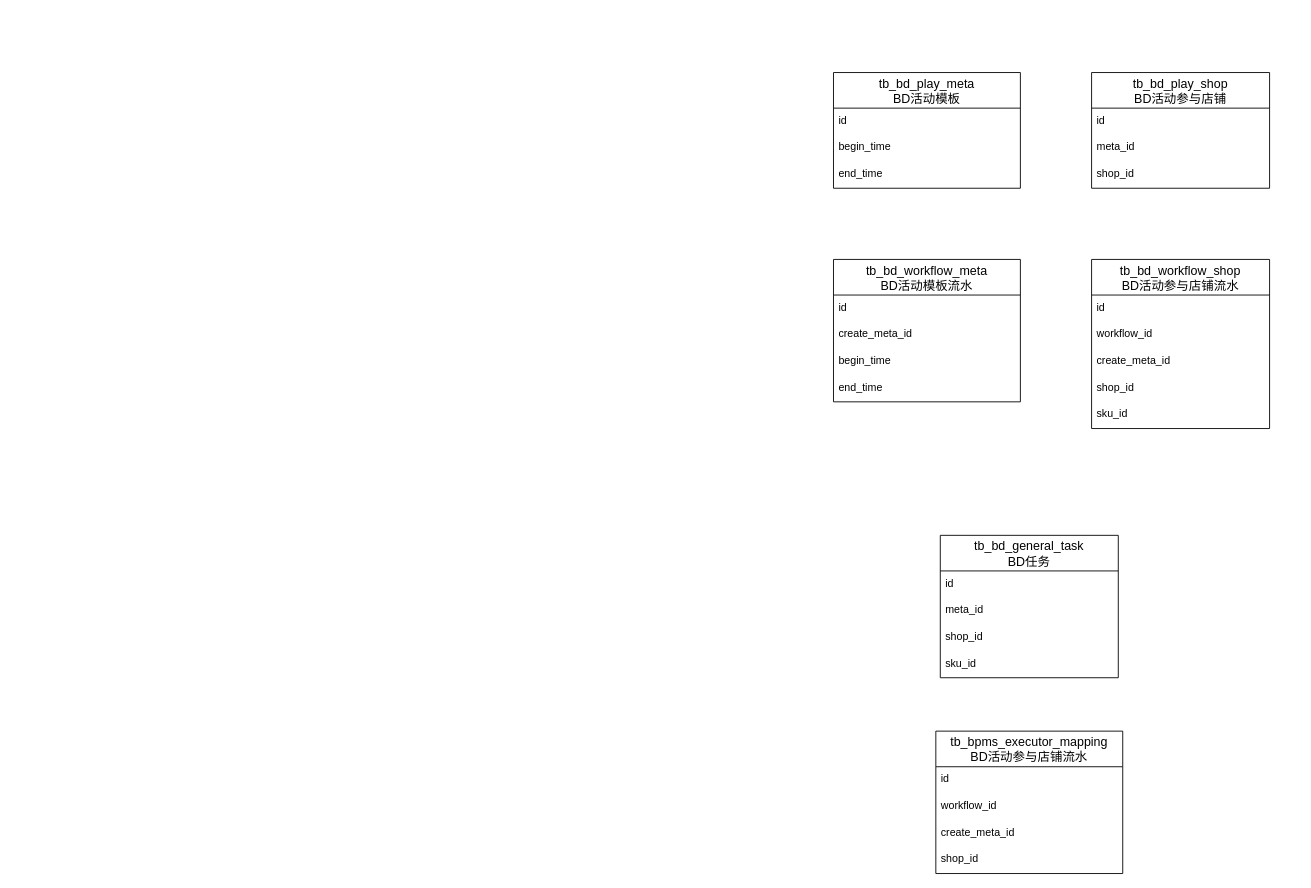
This is page "BD审批ER图" (3 of 4) of 阶梯爆红包架构方案.drawio from jon-kong/draw.io, a draw.io file, before an edit. Source tidied: cells renumbered, new cells numbered last; positions are measured from the earlier drawing's top-left corner, leaving out a move shared by most shapes. Both pictures are drawn from the tidied source at 89%, with x=0, y=0 at pixel (833, 72).
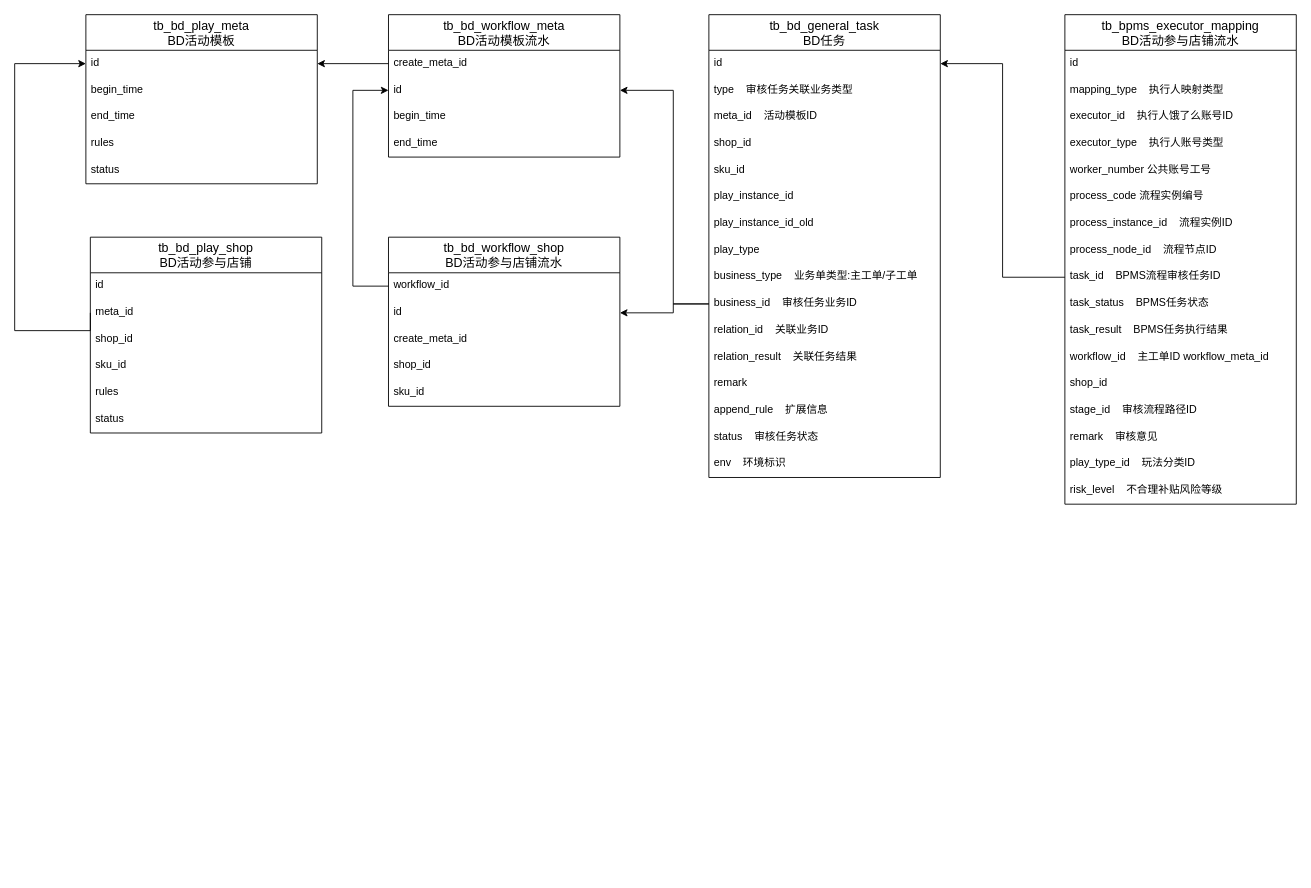
Above is the later version.

What changed in the source:
```diff
@@
     <mxCell id="2" value="tb_bd_play_meta&#10;BD活动模板" style="swimlane;fontStyle=0;horizontal=1;startSize=40;align=center;fontSize=14;rounded=0;" parent="1" vertex="1">
-      <mxGeometry width="210" height="130" as="geometry" />
+      <mxGeometry x="-840" y="-65" width="260" height="190" as="geometry" />
     </mxCell>
     <mxCell id="3" value="id" style="text;strokeColor=none;fillColor=none;spacingLeft=4;spacingRight=4;overflow=hidden;points=[[0,0.5],[1,0.5]];portConstraint=eastwest;fontSize=12;rounded=0;" parent="2" vertex="1">
-      <mxGeometry y="40" width="210" height="30" as="geometry" />
+      <mxGeometry y="40" width="260" height="30" as="geometry" />
     </mxCell>
     <mxCell id="4" value="begin_time" style="text;strokeColor=none;fillColor=none;spacingLeft=4;spacingRight=4;overflow=hidden;fontSize=12;rounded=0;" parent="2" vertex="1">
-      <mxGeometry y="70" width="210" height="30" as="geometry" />
+      <mxGeometry y="70" width="260" height="30" as="geometry" />
     </mxCell>
     <mxCell id="5" value="end_time" style="text;strokeColor=none;fillColor=none;spacingLeft=4;spacingRight=4;overflow=hidden;fontSize=12;rounded=0;" parent="2" vertex="1">
-      <mxGeometry y="100" width="210" height="30" as="geometry" />
+      <mxGeometry y="100" width="260" height="30" as="geometry" />
     </mxCell>
+    <mxCell id="31" value="rules" style="text;strokeColor=none;fillColor=none;spacingLeft=4;spacingRight=4;overflow=hidden;fontSize=12;rounded=0;" parent="2" vertex="1">
+      <mxGeometry y="130" width="260" height="30" as="geometry" />
+    </mxCell>
+    <mxCell id="32" value="status" style="text;strokeColor=none;fillColor=none;spacingLeft=4;spacingRight=4;overflow=hidden;fontSize=12;rounded=0;" parent="2" vertex="1">
+      <mxGeometry y="160" width="260" height="30" as="geometry" />
+    </mxCell>
     <mxCell id="6" value="tb_bd_play_shop&#10;BD活动参与店铺" style="swimlane;fontStyle=0;horizontal=1;startSize=40;align=center;fontSize=14;rounded=0;" parent="1" vertex="1">
-      <mxGeometry x="290" width="200" height="130" as="geometry" />
+      <mxGeometry x="-835" y="185" width="260" height="220" as="geometry" />
     </mxCell>
     <mxCell id="7" value="id" style="text;strokeColor=none;fillColor=none;spacingLeft=4;spacingRight=4;overflow=hidden;fontSize=12;rounded=0;" parent="6" vertex="1">
-      <mxGeometry y="40" width="200" height="30" as="geometry" />
+      <mxGeometry y="40" width="260" height="30" as="geometry" />
     </mxCell>
     <mxCell id="8" value="meta_id" style="text;strokeColor=none;fillColor=none;spacingLeft=4;spacingRight=4;overflow=hidden;points=[[0,0.5],[1,0.5]];portConstraint=eastwest;fontSize=12;rounded=0;" parent="6" vertex="1">
-      <mxGeometry y="70" width="200" height="30" as="geometry" />
+      <mxGeometry y="70" width="260" height="30" as="geometry" />
     </mxCell>
     <mxCell id="9" value="shop_id" style="text;strokeColor=none;fillColor=none;spacingLeft=4;spacingRight=4;overflow=hidden;fontSize=12;rounded=0;" parent="6" vertex="1">
-      <mxGeometry y="100" width="200" height="30" as="geometry" />
+      <mxGeometry y="100" width="260" height="30" as="geometry" />
     </mxCell>
+    <mxCell id="33" value="sku_id" style="text;strokeColor=none;fillColor=none;spacingLeft=4;spacingRight=4;overflow=hidden;fontSize=12;rounded=0;" parent="6" vertex="1">
+      <mxGeometry y="130" width="260" height="30" as="geometry" />
+    </mxCell>
+    <mxCell id="34" value="rules" style="text;strokeColor=none;fillColor=none;spacingLeft=4;spacingRight=4;overflow=hidden;fontSize=12;rounded=0;" parent="6" vertex="1">
+      <mxGeometry y="160" width="260" height="30" as="geometry" />
+    </mxCell>
+    <mxCell id="35" value="status" style="text;strokeColor=none;fillColor=none;spacingLeft=4;spacingRight=4;overflow=hidden;fontSize=12;rounded=0;" parent="6" vertex="1">
+      <mxGeometry y="190" width="260" height="30" as="geometry" />
+    </mxCell>
     <mxCell id="10" value="tb_bd_workflow_shop&#10;BD活动参与店铺流水" style="swimlane;fontStyle=0;horizontal=1;startSize=40;align=center;fontSize=14;rounded=0;" parent="1" vertex="1">
-      <mxGeometry x="290" y="210" width="200" height="190" as="geometry" />
+      <mxGeometry x="-500" y="185" width="260" height="190" as="geometry" />
     </mxCell>
+    <mxCell id="12" value="workflow_id" style="text;strokeColor=none;fillColor=none;spacingLeft=4;spacingRight=4;overflow=hidden;points=[[0,0.5],[1,0.5]];portConstraint=eastwest;fontSize=12;rounded=0;" parent="10" vertex="1">
+      <mxGeometry y="40" width="260" height="30" as="geometry" />
+    </mxCell>
     <mxCell id="11" value="id" style="text;strokeColor=none;fillColor=none;spacingLeft=4;spacingRight=4;overflow=hidden;points=[[0,0.5],[1,0.5]];portConstraint=eastwest;fontSize=12;rounded=0;" parent="10" vertex="1">
-      <mxGeometry y="40" width="200" height="30" as="geometry" />
+      <mxGeometry y="70" width="260" height="30" as="geometry" />
     </mxCell>
-    <mxCell id="12" value="workflow_id" style="text;strokeColor=none;fillColor=none;spacingLeft=4;spacingRight=4;overflow=hidden;points=[[0,0.5],[1,0.5]];portConstraint=eastwest;fontSize=12;rounded=0;" parent="10" vertex="1">
-      <mxGeometry y="70" width="200" height="30" as="geometry" />
-    </mxCell>
     <mxCell id="13" value="create_meta_id" style="text;strokeColor=none;fillColor=none;spacingLeft=4;spacingRight=4;overflow=hidden;fontSize=12;rounded=0;" parent="10" vertex="1">
-      <mxGeometry y="100" width="200" height="30" as="geometry" />
+      <mxGeometry y="100" width="260" height="30" as="geometry" />
     </mxCell>
     <mxCell id="14" value="shop_id" style="text;strokeColor=none;fillColor=none;spacingLeft=4;spacingRight=4;overflow=hidden;fontSize=12;rounded=0;" parent="10" vertex="1">
-      <mxGeometry y="130" width="200" height="30" as="geometry" />
+      <mxGeometry y="130" width="260" height="30" as="geometry" />
     </mxCell>
     <mxCell id="15" value="sku_id" style="text;strokeColor=none;fillColor=none;spacingLeft=4;spacingRight=4;overflow=hidden;fontSize=12;rounded=0;" parent="10" vertex="1">
-      <mxGeometry y="160" width="200" height="30" as="geometry" />
+      <mxGeometry y="160" width="260" height="30" as="geometry" />
     </mxCell>
     <mxCell id="16" value="tb_bd_workflow_meta&#10;BD活动模板流水" style="swimlane;fontStyle=0;horizontal=1;startSize=40;align=center;fontSize=14;rounded=0;" parent="1" vertex="1">
-      <mxGeometry y="210" width="210" height="160" as="geometry" />
+      <mxGeometry x="-500" y="-65" width="260" height="160" as="geometry" />
     </mxCell>
+    <mxCell id="18" value="create_meta_id" style="text;strokeColor=none;fillColor=none;spacingLeft=4;spacingRight=4;overflow=hidden;points=[[0,0.5],[1,0.5]];portConstraint=eastwest;fontSize=12;rounded=0;" parent="16" vertex="1">
+      <mxGeometry y="40" width="260" height="30" as="geometry" />
+    </mxCell>
     <mxCell id="17" value="id" style="text;strokeColor=none;fillColor=none;spacingLeft=4;spacingRight=4;overflow=hidden;points=[[0,0.5],[1,0.5]];portConstraint=eastwest;fontSize=12;rounded=0;" parent="16" vertex="1">
-      <mxGeometry y="40" width="210" height="30" as="geometry" />
+      <mxGeometry y="70" width="260" height="30" as="geometry" />
     </mxCell>
-    <mxCell id="18" value="create_meta_id" style="text;strokeColor=none;fillColor=none;spacingLeft=4;spacingRight=4;overflow=hidden;points=[[0,0.5],[1,0.5]];portConstraint=eastwest;fontSize=12;rounded=0;" parent="16" vertex="1">
-      <mxGeometry y="70" width="210" height="30" as="geometry" />
-    </mxCell>
     <mxCell id="19" value="begin_time" style="text;strokeColor=none;fillColor=none;spacingLeft=4;spacingRight=4;overflow=hidden;fontSize=12;rounded=0;" parent="16" vertex="1">
-      <mxGeometry y="100" width="210" height="30" as="geometry" />
+      <mxGeometry y="100" width="260" height="30" as="geometry" />
     </mxCell>
     <mxCell id="20" value="end_time" style="text;strokeColor=none;fillColor=none;spacingLeft=4;spacingRight=4;overflow=hidden;fontSize=12;rounded=0;" parent="16" vertex="1">
-      <mxGeometry y="130" width="210" height="30" as="geometry" />
+      <mxGeometry y="130" width="260" height="30" as="geometry" />
     </mxCell>
     <mxCell id="21" value="tb_bpms_executor_mapping&#10;BD活动参与店铺流水" style="swimlane;fontStyle=0;horizontal=1;startSize=40;align=center;fontSize=14;rounded=0;" parent="1" vertex="1">
-      <mxGeometry x="115" y="740" width="210" height="160" as="geometry" />
+      <mxGeometry x="260" y="-65" width="260" height="550" as="geometry" />
     </mxCell>
     <mxCell id="22" value="id" style="text;strokeColor=none;fillColor=none;spacingLeft=4;spacingRight=4;overflow=hidden;fontSize=12;rounded=0;" parent="21" vertex="1">
-      <mxGeometry y="40" width="210" height="30" as="geometry" />
+      <mxGeometry y="40" width="260" height="30" as="geometry" />
     </mxCell>
-    <mxCell id="23" value="workflow_id" style="text;strokeColor=none;fillColor=none;spacingLeft=4;spacingRight=4;overflow=hidden;fontSize=12;rounded=0;" parent="21" vertex="1">
-      <mxGeometry y="70" width="210" height="30" as="geometry" />
+    <mxCell id="23" value="mapping_type    执行人映射类型" style="text;strokeColor=none;fillColor=none;spacingLeft=4;spacingRight=4;overflow=hidden;fontSize=12;rounded=0;" parent="21" vertex="1">
+      <mxGeometry y="70" width="260" height="30" as="geometry" />
     </mxCell>
-    <mxCell id="24" value="create_meta_id" style="text;strokeColor=none;fillColor=none;spacingLeft=4;spacingRight=4;overflow=hidden;fontSize=12;rounded=0;" parent="21" vertex="1">
-      <mxGeometry y="100" width="210" height="30" as="geometry" />
+    <mxCell id="24" value="executor_id    执行人饿了么账号ID" style="text;strokeColor=none;fillColor=none;spacingLeft=4;spacingRight=4;overflow=hidden;fontSize=12;rounded=0;" parent="21" vertex="1">
+      <mxGeometry y="100" width="260" height="30" as="geometry" />
     </mxCell>
-    <mxCell id="25" value="shop_id" style="text;strokeColor=none;fillColor=none;spacingLeft=4;spacingRight=4;overflow=hidden;fontSize=12;rounded=0;" parent="21" vertex="1">
-      <mxGeometry y="130" width="210" height="30" as="geometry" />
+    <mxCell id="25" value="executor_type    执行人账号类型" style="text;strokeColor=none;fillColor=none;spacingLeft=4;spacingRight=4;overflow=hidden;fontSize=12;rounded=0;" parent="21" vertex="1">
+      <mxGeometry y="130" width="260" height="30" as="geometry" />
     </mxCell>
+    <mxCell id="36" value="worker_number 公共账号工号" style="text;strokeColor=none;fillColor=none;spacingLeft=4;spacingRight=4;overflow=hidden;fontSize=12;rounded=0;" parent="21" vertex="1">
+      <mxGeometry y="160" width="260" height="30" as="geometry" />
+    </mxCell>
+    <mxCell id="37" value="process_code 流程实例编号" style="text;strokeColor=none;fillColor=none;spacingLeft=4;spacingRight=4;overflow=hidden;fontSize=12;rounded=0;" parent="21" vertex="1">
+      <mxGeometry y="190" width="260" height="30" as="geometry" />
+    </mxCell>
+    <mxCell id="38" value="process_instance_id    流程实例ID" style="text;strokeColor=none;fillColor=none;spacingLeft=4;spacingRight=4;overflow=hidden;fontSize=12;rounded=0;" parent="21" vertex="1">
+      <mxGeometry y="220" width="260" height="30" as="geometry" />
+    </mxCell>
+    <mxCell id="39" value="process_node_id    流程节点ID" style="text;strokeColor=none;fillColor=none;spacingLeft=4;spacingRight=4;overflow=hidden;fontSize=12;rounded=0;" parent="21" vertex="1">
+      <mxGeometry y="250" width="260" height="30" as="geometry" />
+    </mxCell>
+    <mxCell id="40" value="task_id    BPMS流程审核任务ID" style="text;strokeColor=none;fillColor=none;spacingLeft=4;spacingRight=4;overflow=hidden;points=[[0,0.5],[1,0.5]];portConstraint=eastwest;fontSize=12;rounded=0;" parent="21" vertex="1">
+      <mxGeometry y="280" width="260" height="30" as="geometry" />
+    </mxCell>
+    <mxCell id="41" value="task_status    BPMS任务状态" style="text;strokeColor=none;fillColor=none;spacingLeft=4;spacingRight=4;overflow=hidden;fontSize=12;rounded=0;" parent="21" vertex="1">
+      <mxGeometry y="310" width="260" height="30" as="geometry" />
+    </mxCell>
+    <mxCell id="42" value="task_result    BPMS任务执行结果" style="text;strokeColor=none;fillColor=none;spacingLeft=4;spacingRight=4;overflow=hidden;fontSize=12;rounded=0;" parent="21" vertex="1">
+      <mxGeometry y="340" width="260" height="30" as="geometry" />
+    </mxCell>
+    <mxCell id="43" value="workflow_id    主工单ID workflow_meta_id" style="text;strokeColor=none;fillColor=none;spacingLeft=4;spacingRight=4;overflow=hidden;fontSize=12;rounded=0;" parent="21" vertex="1">
+      <mxGeometry y="370" width="260" height="30" as="geometry" />
+    </mxCell>
+    <mxCell id="44" value="shop_id" style="text;strokeColor=none;fillColor=none;spacingLeft=4;spacingRight=4;overflow=hidden;fontSize=12;rounded=0;" parent="21" vertex="1">
+      <mxGeometry y="400" width="260" height="30" as="geometry" />
+    </mxCell>
+    <mxCell id="45" value="stage_id    审核流程路径ID" style="text;strokeColor=none;fillColor=none;spacingLeft=4;spacingRight=4;overflow=hidden;fontSize=12;rounded=0;" parent="21" vertex="1">
+      <mxGeometry y="430" width="260" height="30" as="geometry" />
+    </mxCell>
+    <mxCell id="46" value="remark    审核意见" style="text;strokeColor=none;fillColor=none;spacingLeft=4;spacingRight=4;overflow=hidden;fontSize=12;rounded=0;" parent="21" vertex="1">
+      <mxGeometry y="460" width="260" height="30" as="geometry" />
+    </mxCell>
+    <mxCell id="47" value="play_type_id    玩法分类ID" style="text;strokeColor=none;fillColor=none;spacingLeft=4;spacingRight=4;overflow=hidden;fontSize=12;rounded=0;" parent="21" vertex="1">
+      <mxGeometry y="490" width="260" height="30" as="geometry" />
+    </mxCell>
+    <mxCell id="48" value="risk_level    不合理补贴风险等级" style="text;strokeColor=none;fillColor=none;spacingLeft=4;spacingRight=4;overflow=hidden;fontSize=12;rounded=0;" parent="21" vertex="1">
+      <mxGeometry y="520" width="260" height="30" as="geometry" />
+    </mxCell>
     <mxCell id="26" value="tb_bd_general_task&#10;BD任务" style="swimlane;fontStyle=0;horizontal=1;startSize=40;align=center;fontSize=14;rounded=0;" parent="1" vertex="1">
-      <mxGeometry x="120" y="520" width="200" height="160" as="geometry" />
+      <mxGeometry x="-140" y="-65" width="260" height="520" as="geometry" />
     </mxCell>
     <mxCell id="27" value="id" style="text;strokeColor=none;fillColor=none;spacingLeft=4;spacingRight=4;overflow=hidden;points=[[0,0.5],[1,0.5]];portConstraint=eastwest;fontSize=12;rounded=0;" parent="26" vertex="1">
-      <mxGeometry y="40" width="200" height="30" as="geometry" />
+      <mxGeometry y="40" width="260" height="30" as="geometry" />
     </mxCell>
+    <mxCell id="49" value="type    审核任务关联业务类型" style="text;strokeColor=none;fillColor=none;spacingLeft=4;spacingRight=4;overflow=hidden;fontSize=12;rounded=0;" parent="26" vertex="1">
+      <mxGeometry y="70" width="260" height="30" as="geometry" />
+    </mxCell>
-    <mxCell id="28" value="meta_id" style="text;strokeColor=none;fillColor=none;spacingLeft=4;spacingRight=4;overflow=hidden;fontSize=12;rounded=0;" parent="26" vertex="1">
-      <mxGeometry y="70" width="200" height="30" as="geometry" />
+    <mxCell id="28" value="meta_id    活动模板ID" style="text;strokeColor=none;fillColor=none;spacingLeft=4;spacingRight=4;overflow=hidden;fontSize=12;rounded=0;" parent="26" vertex="1">
+      <mxGeometry y="100" width="260" height="30" as="geometry" />
     </mxCell>
     <mxCell id="29" value="shop_id" style="text;strokeColor=none;fillColor=none;spacingLeft=4;spacingRight=4;overflow=hidden;fontSize=12;rounded=0;" parent="26" vertex="1">
-      <mxGeometry y="100" width="200" height="30" as="geometry" />
+      <mxGeometry y="130" width="260" height="30" as="geometry" />
     </mxCell>
     <mxCell id="30" value="sku_id" style="text;strokeColor=none;fillColor=none;spacingLeft=4;spacingRight=4;overflow=hidden;fontSize=12;rounded=0;" parent="26" vertex="1">
-      <mxGeometry y="130" width="200" height="30" as="geometry" />
+      <mxGeometry y="160" width="260" height="30" as="geometry" />
     </mxCell>
+    <mxCell id="50" value="play_instance_id" style="text;strokeColor=none;fillColor=none;spacingLeft=4;spacingRight=4;overflow=hidden;fontSize=12;rounded=0;" parent="26" vertex="1">
+      <mxGeometry y="190" width="260" height="30" as="geometry" />
+    </mxCell>
+    <mxCell id="51" value="play_instance_id_old" style="text;strokeColor=none;fillColor=none;spacingLeft=4;spacingRight=4;overflow=hidden;fontSize=12;rounded=0;" parent="26" vertex="1">
+      <mxGeometry y="220" width="260" height="30" as="geometry" />
+    </mxCell>
+    <mxCell id="52" value="play_type" style="text;strokeColor=none;fillColor=none;spacingLeft=4;spacingRight=4;overflow=hidden;fontSize=12;rounded=0;" parent="26" vertex="1">
+      <mxGeometry y="250" width="260" height="30" as="geometry" />
+    </mxCell>
+    <mxCell id="53" value="business_type    业务单类型:主工单/子工单" style="text;strokeColor=none;fillColor=none;spacingLeft=4;spacingRight=4;overflow=hidden;fontSize=12;rounded=0;" parent="26" vertex="1">
+      <mxGeometry y="280" width="260" height="30" as="geometry" />
+    </mxCell>
+    <mxCell id="54" value="business_id    审核任务业务ID" style="text;strokeColor=none;fillColor=none;spacingLeft=4;spacingRight=4;overflow=hidden;points=[[0,0.5],[1,0.5]];portConstraint=eastwest;fontSize=12;rounded=0;" parent="26" vertex="1">
+      <mxGeometry y="310" width="260" height="30" as="geometry" />
+    </mxCell>
+    <mxCell id="55" value="relation_id    关联业务ID" style="text;strokeColor=none;fillColor=none;spacingLeft=4;spacingRight=4;overflow=hidden;fontSize=12;rounded=0;" parent="26" vertex="1">
+      <mxGeometry y="340" width="260" height="30" as="geometry" />
+    </mxCell>
+    <mxCell id="56" value="relation_result    关联任务结果" style="text;strokeColor=none;fillColor=none;spacingLeft=4;spacingRight=4;overflow=hidden;fontSize=12;rounded=0;" parent="26" vertex="1">
+      <mxGeometry y="370" width="260" height="30" as="geometry" />
+    </mxCell>
+    <mxCell id="57" value="remark" style="text;strokeColor=none;fillColor=none;spacingLeft=4;spacingRight=4;overflow=hidden;fontSize=12;rounded=0;" parent="26" vertex="1">
+      <mxGeometry y="400" width="260" height="30" as="geometry" />
+    </mxCell>
+    <mxCell id="58" value="append_rule    扩展信息" style="text;strokeColor=none;fillColor=none;spacingLeft=4;spacingRight=4;overflow=hidden;fontSize=12;rounded=0;" parent="26" vertex="1">
+      <mxGeometry y="430" width="260" height="30" as="geometry" />
+    </mxCell>
+    <mxCell id="59" value="status    审核任务状态" style="text;strokeColor=none;fillColor=none;spacingLeft=4;spacingRight=4;overflow=hidden;fontSize=12;rounded=0;" parent="26" vertex="1">
+      <mxGeometry y="460" width="260" height="30" as="geometry" />
+    </mxCell>
+    <mxCell id="60" value="env    环境标识" style="text;strokeColor=none;fillColor=none;spacingLeft=4;spacingRight=4;overflow=hidden;fontSize=12;rounded=0;" parent="26" vertex="1">
+      <mxGeometry y="490" width="260" height="30" as="geometry" />
+    </mxCell>
+    <mxCell id="61" style="edgeStyle=orthogonalEdgeStyle;rounded=0;jettySize=auto;html=1;exitX=0;exitY=0.5;exitDx=0;exitDy=0;entryX=1;entryY=0.5;entryDx=0;entryDy=0;" parent="1" edge="1" source="40" target="27">
+      <mxGeometry relative="1" as="geometry" />
+    </mxCell>
+    <mxCell id="62" style="edgeStyle=orthogonalEdgeStyle;rounded=0;jettySize=auto;html=1;exitX=0;exitY=0.5;exitDx=0;exitDy=0;entryX=0;entryY=0.5;entryDx=0;entryDy=0;" parent="1" edge="1" source="8" target="3">
+      <mxGeometry relative="1" as="geometry">
+        <Array as="points">
+          <mxPoint x="-920" y="290" />
+          <mxPoint x="-920" y="-10" />
+        </Array>
+      </mxGeometry>
+    </mxCell>
+    <mxCell id="63" style="edgeStyle=orthogonalEdgeStyle;rounded=0;jettySize=auto;html=1;exitX=0;exitY=0.5;exitDx=0;exitDy=0;" parent="1" edge="1" source="18" target="3">
+      <mxGeometry relative="1" as="geometry" />
+    </mxCell>
+    <mxCell id="64" style="rounded=0;jettySize=auto;html=1;exitX=0;exitY=0.5;exitDx=0;exitDy=0;entryX=1;entryY=0.5;entryDx=0;entryDy=0;edgeStyle=orthogonalEdgeStyle;" parent="1" edge="1" source="54" target="17">
+      <mxGeometry relative="1" as="geometry">
+        <Array as="points">
+          <mxPoint x="-180" y="260" />
+          <mxPoint x="-180" y="20" />
+        </Array>
+      </mxGeometry>
+    </mxCell>
+    <mxCell id="65" style="rounded=0;jettySize=auto;html=1;exitX=0;exitY=0.5;exitDx=0;exitDy=0;entryX=1;entryY=0.5;entryDx=0;entryDy=0;edgeStyle=orthogonalEdgeStyle;" parent="1" edge="1" source="54" target="11">
+      <mxGeometry relative="1" as="geometry">
+        <Array as="points">
+          <mxPoint x="-180" y="260" />
+          <mxPoint x="-180" y="270" />
+        </Array>
+      </mxGeometry>
+    </mxCell>
+    <mxCell id="66" style="edgeStyle=orthogonalEdgeStyle;rounded=0;jettySize=auto;html=1;exitX=0;exitY=0.5;exitDx=0;exitDy=0;entryX=0;entryY=0.5;entryDx=0;entryDy=0;" parent="1" edge="1" source="12" target="17">
+      <mxGeometry relative="1" as="geometry">
+        <Array as="points">
+          <mxPoint x="-540" y="240" />
+          <mxPoint x="-540" y="20" />
+        </Array>
+      </mxGeometry>
+    </mxCell>
```
